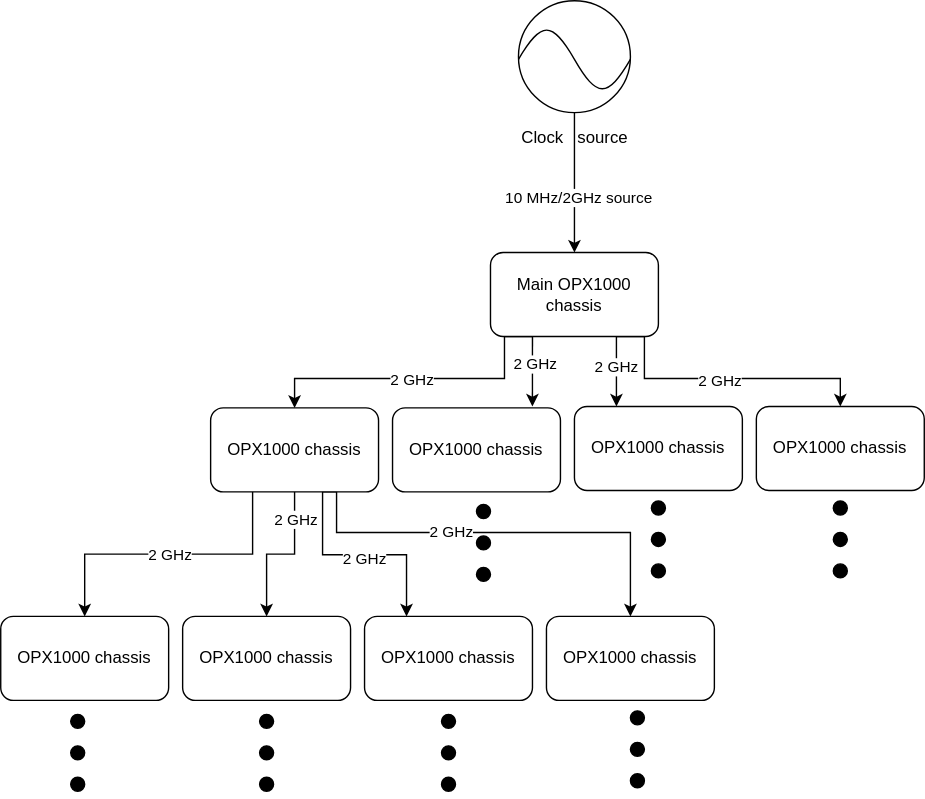
Above: docs/Guides/assets/clocks_to_chassis.svg in qm-labs/qm-documentation-public (draw.io), before the change. Source tidied: cells renumbered, new cells last; positions are measured from the earlier drawing's top-left corner, leaving out a move shared by most shapes.
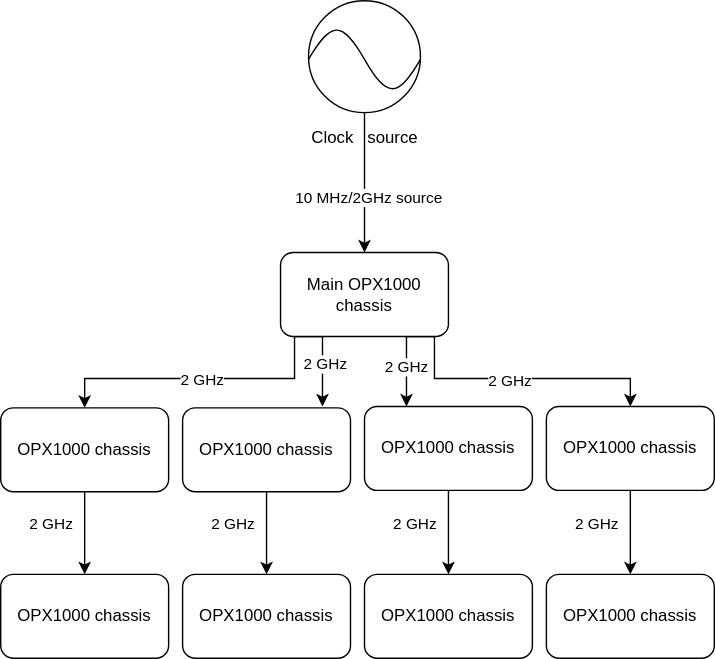
Above is the later version.

What changed in the source:
```diff
@@ -54,7 +54,7 @@
     <mxCell id="13" value="Main OPX1000 chassis" style="rounded=1;whiteSpace=wrap;html=1;" parent="1" vertex="1">
       <mxGeometry x="350" y="180" width="120" height="60" as="geometry" />
     </mxCell>
-    <mxCell id="14" style="edgeStyle=orthogonalEdgeStyle;rounded=0;jettySize=auto;html=1;exitX=0.25;exitY=1;exitDx=0;exitDy=0;entryX=0.5;entryY=0;entryDx=0;entryDy=0;" parent="1" edge="1" source="22" target="29">
+    <mxCell id="14" style="edgeStyle=orthogonalEdgeStyle;rounded=0;jettySize=auto;html=1;exitX=0.5;exitY=1;exitDx=0;exitDy=0;entryX=0.5;entryY=0;entryDx=0;entryDy=0;" parent="1" edge="1" source="22" target="29">
       <mxGeometry relative="1" as="geometry" />
     </mxCell>
     <mxCell id="15" value="2 GHz" style="edgeLabel;html=1;align=center;verticalAlign=middle;" parent="14" vertex="1">
@@ -62,35 +62,6 @@
         <mxPoint x="-25" as="offset" />
       </mxGeometry>
     </mxCell>
-    <mxCell id="16" style="edgeStyle=orthogonalEdgeStyle;rounded=0;jettySize=auto;html=1;exitX=0.5;exitY=1;exitDx=0;exitDy=0;" parent="1" edge="1" source="22" target="30">
-      <mxGeometry relative="1" as="geometry" />
-    </mxCell>
-    <mxCell id="17" value="2 GHz" style="edgeLabel;html=1;align=center;verticalAlign=middle;" parent="16" vertex="1">
-      <mxGeometry x="-0.65" relative="1" as="geometry" />
-    </mxCell>
-    <mxCell id="18" style="edgeStyle=orthogonalEdgeStyle;rounded=0;jettySize=auto;html=1;exitX=0.75;exitY=1;exitDx=0;exitDy=0;entryX=0.25;entryY=0;entryDx=0;entryDy=0;" parent="1" edge="1" source="22" target="31">
-      <mxGeometry relative="1" as="geometry">
-        <Array as="points">
-          <mxPoint x="230" y="351" />
-          <mxPoint x="230" y="396" />
-          <mxPoint x="290" y="396" />
-        </Array>
-      </mxGeometry>
-    </mxCell>
-    <mxCell id="19" value="2 GHz" style="edgeLabel;html=1;align=center;verticalAlign=middle;" parent="18" vertex="1">
-      <mxGeometry x="0.06" y="-2" relative="1" as="geometry" />
-    </mxCell>
-    <mxCell id="20" style="edgeStyle=orthogonalEdgeStyle;rounded=0;jettySize=auto;html=1;exitX=0.75;exitY=1;exitDx=0;exitDy=0;entryX=0.5;entryY=0;entryDx=0;entryDy=0;" parent="1" edge="1" source="22" target="28">
-      <mxGeometry relative="1" as="geometry">
-        <Array as="points">
-          <mxPoint x="240" y="380" />
-          <mxPoint x="450" y="380" />
-        </Array>
-      </mxGeometry>
-    </mxCell>
-    <mxCell id="21" value="2 GHz" style="edgeLabel;html=1;align=center;verticalAlign=middle;" parent="20" vertex="1">
-      <mxGeometry x="-0.26" y="1" relative="1" as="geometry" />
-    </mxCell>
     <mxCell id="22" value="OPX1000 chassis" style="rounded=1;whiteSpace=wrap;html=1;" parent="1" vertex="1">
       <mxGeometry x="150" y="291" width="120" height="60" as="geometry" />
     </mxCell>
@@ -110,32 +81,17 @@
       <mxGeometry x="-0.24" y="2" relative="1" as="geometry" />
     </mxCell>
     <mxCell id="28" value="OPX1000 chassis" style="rounded=1;whiteSpace=wrap;html=1;" parent="1" vertex="1">
-      <mxGeometry x="390" y="440" width="120" height="60" as="geometry" />
+      <mxGeometry x="540" y="410" width="120" height="60" as="geometry" />
     </mxCell>
     <mxCell id="29" value="OPX1000 chassis" style="rounded=1;whiteSpace=wrap;html=1;" parent="1" vertex="1">
-      <mxGeometry y="440" width="120" height="60" as="geometry" />
+      <mxGeometry x="150" y="410" width="120" height="60" as="geometry" />
     </mxCell>
     <mxCell id="30" value="OPX1000 chassis" style="rounded=1;whiteSpace=wrap;html=1;" parent="1" vertex="1">
-      <mxGeometry x="130" y="440" width="120" height="60" as="geometry" />
+      <mxGeometry x="280" y="410" width="120" height="60" as="geometry" />
     </mxCell>
     <mxCell id="31" value="OPX1000 chassis" style="rounded=1;whiteSpace=wrap;html=1;" parent="1" vertex="1">
-      <mxGeometry x="260" y="440" width="120" height="60" as="geometry" />
+      <mxGeometry x="410" y="410" width="120" height="60" as="geometry" />
     </mxCell>
-    <mxCell id="32" style="group;" parent="1" vertex="1">
-      <mxGeometry x="50" y="510" width="10" height="60" as="geometry" />
-    </mxCell>
-    <mxCell id="33" style="group;" parent="32" vertex="1">
-      <mxGeometry width="10" height="60" as="geometry" />
-    </mxCell>
-    <mxCell id="34" style="ellipse;whiteSpace=wrap;html=1;fillColor=#000000;" parent="33" vertex="1">
-      <mxGeometry width="10" height="10" as="geometry" />
-    </mxCell>
-    <mxCell id="35" style="ellipse;whiteSpace=wrap;html=1;fillColor=#000000;" parent="33" vertex="1">
-      <mxGeometry y="22.5" width="10" height="10" as="geometry" />
-    </mxCell>
-    <mxCell id="36" style="ellipse;whiteSpace=wrap;html=1;fillColor=#000000;" parent="33" vertex="1">
-      <mxGeometry y="45" width="10" height="10" as="geometry" />
-    </mxCell>
     <mxCell id="37" style="group;" parent="1" vertex="1">
       <mxGeometry x="590" y="360" width="20" height="80" as="geometry" />
     </mxCell>
@@ -145,95 +101,42 @@
     <mxCell id="39" style="group;" parent="1" vertex="1">
       <mxGeometry x="340" y="360" width="20" height="80" as="geometry" />
     </mxCell>
-    <mxCell id="40" style="group;" parent="1" vertex="1">
-      <mxGeometry x="185" y="510" width="10" height="60" as="geometry" />
-    </mxCell>
-    <mxCell id="41" style="group;" parent="40" vertex="1">
-      <mxGeometry width="10" height="60" as="geometry" />
-    </mxCell>
-    <mxCell id="42" style="ellipse;whiteSpace=wrap;html=1;fillColor=#000000;" parent="41" vertex="1">
-      <mxGeometry width="10" height="10" as="geometry" />
-    </mxCell>
-    <mxCell id="43" style="ellipse;whiteSpace=wrap;html=1;fillColor=#000000;" parent="41" vertex="1">
-      <mxGeometry y="22.5" width="10" height="10" as="geometry" />
-    </mxCell>
-    <mxCell id="44" style="ellipse;whiteSpace=wrap;html=1;fillColor=#000000;" parent="41" vertex="1">
-      <mxGeometry y="45" width="10" height="10" as="geometry" />
-    </mxCell>
-    <mxCell id="45" style="group;" parent="1" vertex="1">
-      <mxGeometry x="315" y="510" width="10" height="60" as="geometry" />
-    </mxCell>
-    <mxCell id="46" style="group;" parent="45" vertex="1">
-      <mxGeometry width="10" height="60" as="geometry" />
-    </mxCell>
-    <mxCell id="47" style="ellipse;whiteSpace=wrap;html=1;fillColor=#000000;" parent="46" vertex="1">
-      <mxGeometry width="10" height="10" as="geometry" />
-    </mxCell>
-    <mxCell id="48" style="ellipse;whiteSpace=wrap;html=1;fillColor=#000000;" parent="46" vertex="1">
-      <mxGeometry y="22.5" width="10" height="10" as="geometry" />
-    </mxCell>
-    <mxCell id="49" style="ellipse;whiteSpace=wrap;html=1;fillColor=#000000;" parent="46" vertex="1">
-      <mxGeometry y="45" width="10" height="10" as="geometry" />
-    </mxCell>
-    <mxCell id="50" style="group;" parent="1" vertex="1">
-      <mxGeometry x="450" y="507.5" width="10" height="60" as="geometry" />
-    </mxCell>
-    <mxCell id="51" style="group;" parent="50" vertex="1">
-      <mxGeometry width="10" height="60" as="geometry" />
-    </mxCell>
-    <mxCell id="52" style="ellipse;whiteSpace=wrap;html=1;fillColor=#000000;" parent="51" vertex="1">
-      <mxGeometry width="10" height="10" as="geometry" />
-    </mxCell>
-    <mxCell id="53" style="ellipse;whiteSpace=wrap;html=1;fillColor=#000000;" parent="51" vertex="1">
-      <mxGeometry y="22.5" width="10" height="10" as="geometry" />
-    </mxCell>
-    <mxCell id="54" style="ellipse;whiteSpace=wrap;html=1;fillColor=#000000;" parent="51" vertex="1">
-      <mxGeometry y="45" width="10" height="10" as="geometry" />
-    </mxCell>
     <mxCell id="55" style="group;" parent="1" vertex="1">
       <mxGeometry x="340" y="360" width="10" height="60" as="geometry" />
     </mxCell>
-    <mxCell id="56" style="group;" parent="55" vertex="1">
-      <mxGeometry width="10" height="60" as="geometry" />
-    </mxCell>
-    <mxCell id="57" style="ellipse;whiteSpace=wrap;html=1;fillColor=#000000;" parent="56" vertex="1">
-      <mxGeometry width="10" height="10" as="geometry" />
-    </mxCell>
-    <mxCell id="58" style="ellipse;whiteSpace=wrap;html=1;fillColor=#000000;" parent="56" vertex="1">
-      <mxGeometry y="22.5" width="10" height="10" as="geometry" />
-    </mxCell>
-    <mxCell id="59" style="ellipse;whiteSpace=wrap;html=1;fillColor=#000000;" parent="56" vertex="1">
-      <mxGeometry y="45" width="10" height="10" as="geometry" />
-    </mxCell>
     <mxCell id="60" style="group;" parent="1" vertex="1">
       <mxGeometry x="465" y="357.5" width="10" height="60" as="geometry" />
     </mxCell>
-    <mxCell id="61" style="group;" parent="60" vertex="1">
-      <mxGeometry width="10" height="60" as="geometry" />
-    </mxCell>
-    <mxCell id="62" style="ellipse;whiteSpace=wrap;html=1;fillColor=#000000;" parent="61" vertex="1">
-      <mxGeometry width="10" height="10" as="geometry" />
-    </mxCell>
-    <mxCell id="63" style="ellipse;whiteSpace=wrap;html=1;fillColor=#000000;" parent="61" vertex="1">
-      <mxGeometry y="22.5" width="10" height="10" as="geometry" />
-    </mxCell>
-    <mxCell id="64" style="ellipse;whiteSpace=wrap;html=1;fillColor=#000000;" parent="61" vertex="1">
-      <mxGeometry y="45" width="10" height="10" as="geometry" />
-    </mxCell>
     <mxCell id="65" style="group;" parent="1" vertex="1">
       <mxGeometry x="595" y="357.5" width="10" height="60" as="geometry" />
     </mxCell>
-    <mxCell id="66" style="group;" parent="65" vertex="1">
-      <mxGeometry width="10" height="60" as="geometry" />
-    </mxCell>
-    <mxCell id="67" style="ellipse;whiteSpace=wrap;html=1;fillColor=#000000;" parent="66" vertex="1">
-      <mxGeometry width="10" height="10" as="geometry" />
-    </mxCell>
-    <mxCell id="68" style="ellipse;whiteSpace=wrap;html=1;fillColor=#000000;" parent="66" vertex="1">
-      <mxGeometry y="22.5" width="10" height="10" as="geometry" />
-    </mxCell>
-    <mxCell id="69" style="ellipse;whiteSpace=wrap;html=1;fillColor=#000000;" parent="66" vertex="1">
-      <mxGeometry y="45" width="10" height="10" as="geometry" />
-    </mxCell>
+    <mxCell id="70" style="edgeStyle=orthogonalEdgeStyle;rounded=0;jettySize=auto;html=1;exitX=0.5;exitY=1;exitDx=0;exitDy=0;entryX=0.5;entryY=0;entryDx=0;entryDy=0;" parent="1" edge="1" source="23" target="30">
+      <mxGeometry relative="1" as="geometry" />
+    </mxCell>
+    <mxCell id="71" value="2 GHz" style="edgeLabel;html=1;align=center;verticalAlign=middle;" parent="70" vertex="1">
+      <mxGeometry x="-0.25" relative="1" as="geometry">
+        <mxPoint x="-25" as="offset" />
+      </mxGeometry>
+    </mxCell>
+    <mxCell id="72" style="edgeStyle=orthogonalEdgeStyle;rounded=0;jettySize=auto;html=1;exitX=0.5;exitY=1;exitDx=0;exitDy=0;" parent="1" edge="1" source="24">
+      <mxGeometry relative="1" as="geometry">
+        <mxPoint x="470" y="410" as="targetPoint" />
+      </mxGeometry>
+    </mxCell>
+    <mxCell id="73" value="2 GHz" style="edgeLabel;html=1;align=center;verticalAlign=middle;" parent="72" vertex="1">
+      <mxGeometry x="-0.25" relative="1" as="geometry">
+        <mxPoint x="-25" as="offset" />
+      </mxGeometry>
+    </mxCell>
+    <mxCell id="74" style="edgeStyle=orthogonalEdgeStyle;rounded=0;jettySize=auto;html=1;exitX=0.5;exitY=1;exitDx=0;exitDy=0;" parent="1" edge="1" source="25">
+      <mxGeometry relative="1" as="geometry">
+        <mxPoint x="600" y="410" as="targetPoint" />
+      </mxGeometry>
+    </mxCell>
+    <mxCell id="75" value="2 GHz" style="edgeLabel;html=1;align=center;verticalAlign=middle;" parent="74" vertex="1">
+      <mxGeometry x="-0.25" relative="1" as="geometry">
+        <mxPoint x="-25" as="offset" />
+      </mxGeometry>
+    </mxCell>
   </root>
 </mxGraphModel>
```
